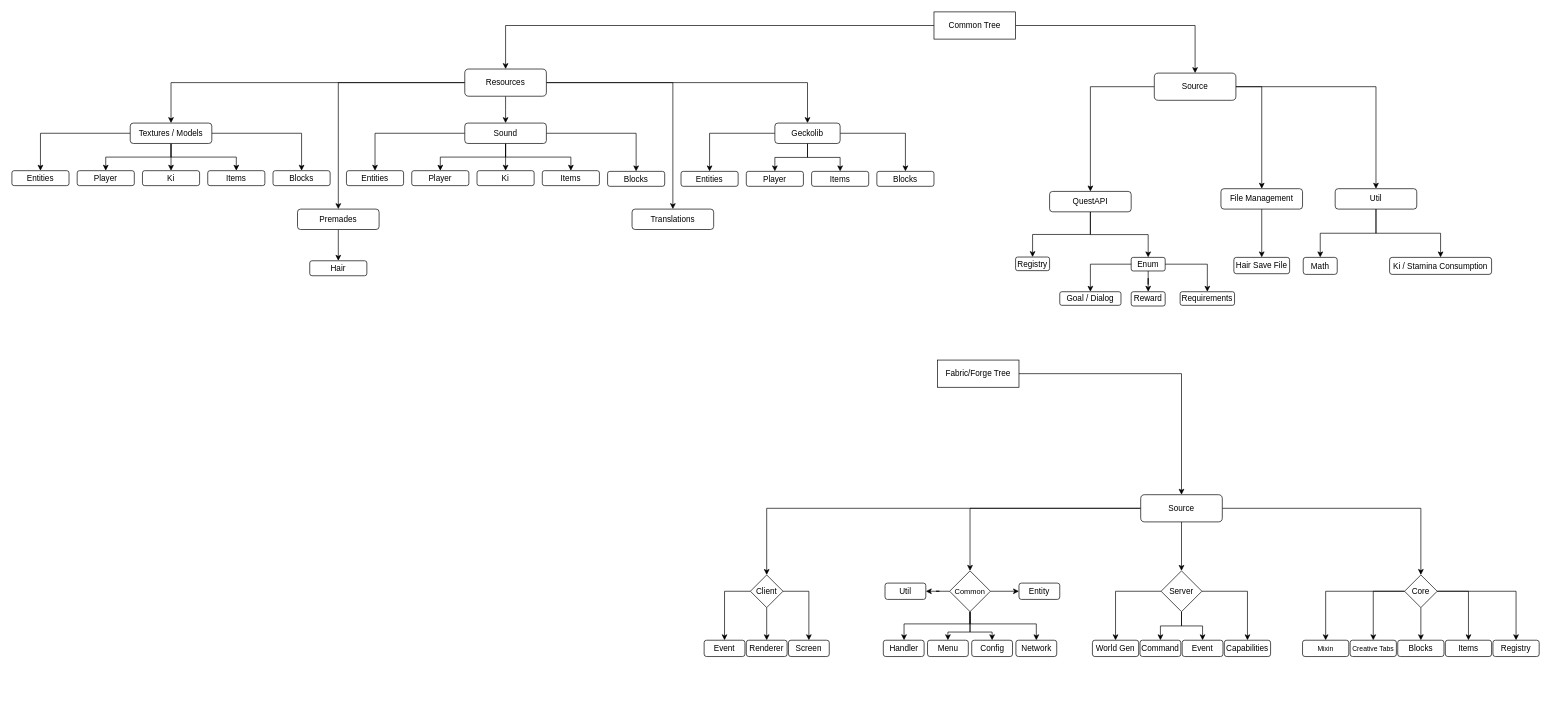
Before: DBB SourceTree.drawio in Zanckor/Zanckor, a draw.io diagram. Source tidied: cells renumbered, new cells numbered last; positions are measured from the earlier drawing's top-left corner, leaving out a move shared by most shapes. Both pictures are drawn from the tidied source at 68%, with x=0, y=0 at pixel (12, 12).
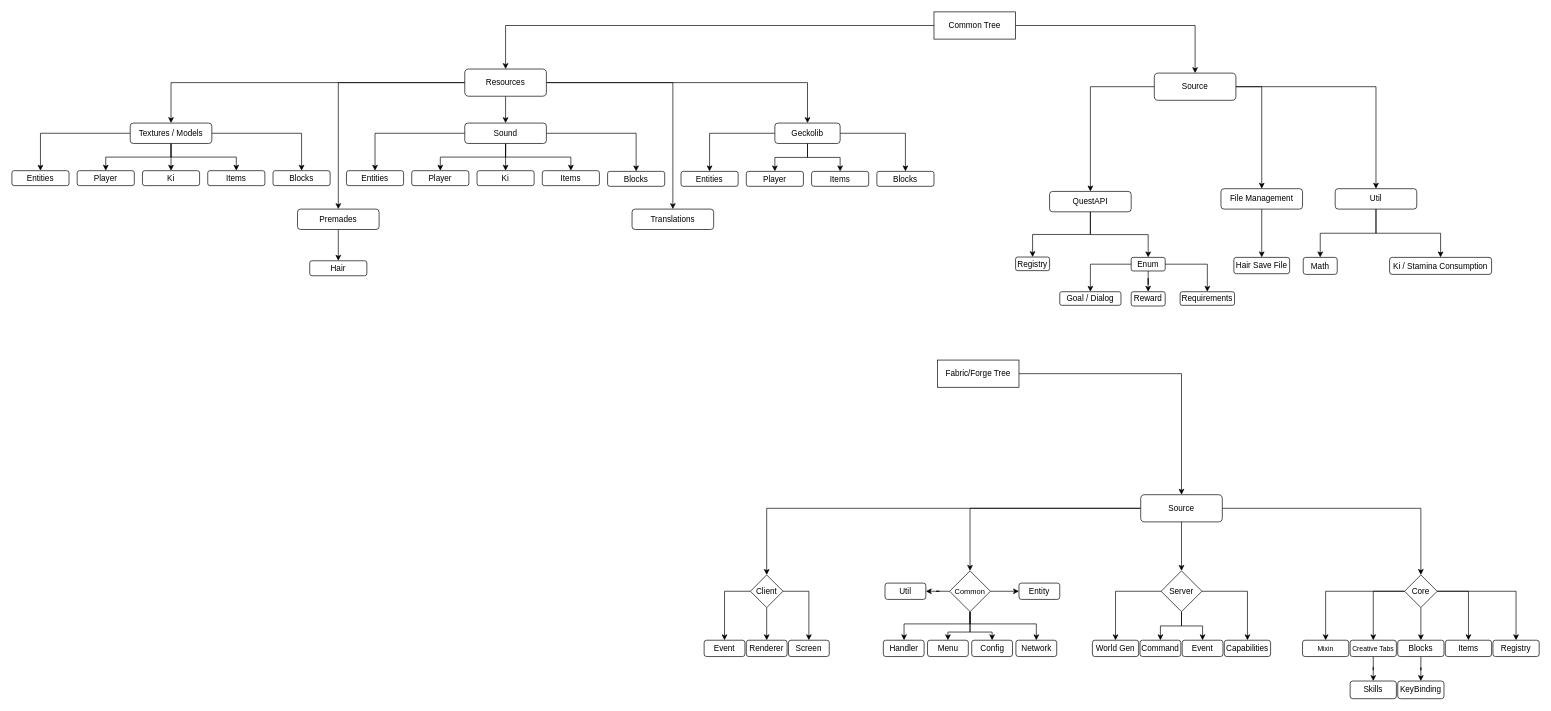
The same page after the edit.

Unchanged cells that the change refers to:
```xml
<mxCell id="113" value="Blocks" style="rounded=1;whiteSpace=wrap;html=1;fontSize=12;" parent="1" vertex="1">
  <mxGeometry x="2038" y="924" width="68" height="24" as="geometry" />
</mxCell>
<mxCell id="115" value="Creative Tabs" style="rounded=1;whiteSpace=wrap;html=1;fontSize=10;" parent="1" vertex="1">
  <mxGeometry x="1968" y="924" width="68" height="24" as="geometry" />
</mxCell>
```

What changed in the source:
```diff
@@
+    <mxCell id="117" style="edgeStyle=orthogonalEdgeStyle;rounded=0;jettySize=auto;html=1;" parent="1" edge="1" source="113" target="119">
+      <mxGeometry relative="1" as="geometry" />
+    </mxCell>
@@
+    <mxCell id="118" style="edgeStyle=orthogonalEdgeStyle;rounded=0;jettySize=auto;html=1;" parent="1" edge="1" source="115" target="120">
+      <mxGeometry relative="1" as="geometry" />
+    </mxCell>
@@
+    <mxCell id="119" value="KeyBinding" style="whiteSpace=wrap;html=1;rounded=1;" parent="1" vertex="1">
+      <mxGeometry x="2038" y="984" width="68" height="26" as="geometry" />
+    </mxCell>
+    <mxCell id="120" value="Skills" style="whiteSpace=wrap;html=1;rounded=1;" parent="1" vertex="1">
+      <mxGeometry x="1968" y="984" width="68" height="26" as="geometry" />
+    </mxCell>
```
